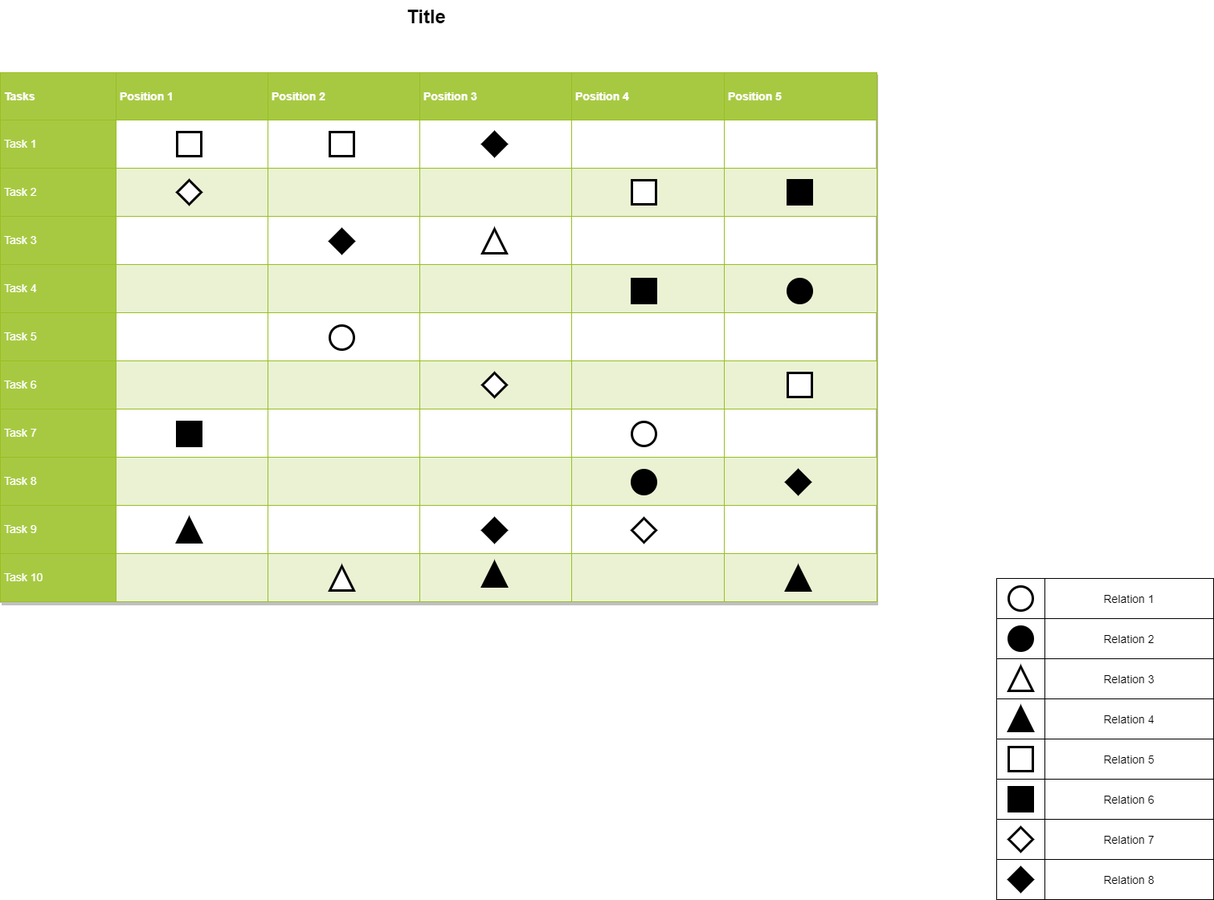
HyeminBaek/Software_engineering_HW keeps this draw.io diagram as Use Case.png. Above is the earlier version. Source tidied: cells renumbered, new cells last; positions are measured from the earlier drawing's top-left corner, leaving out a move shared by most shapes.
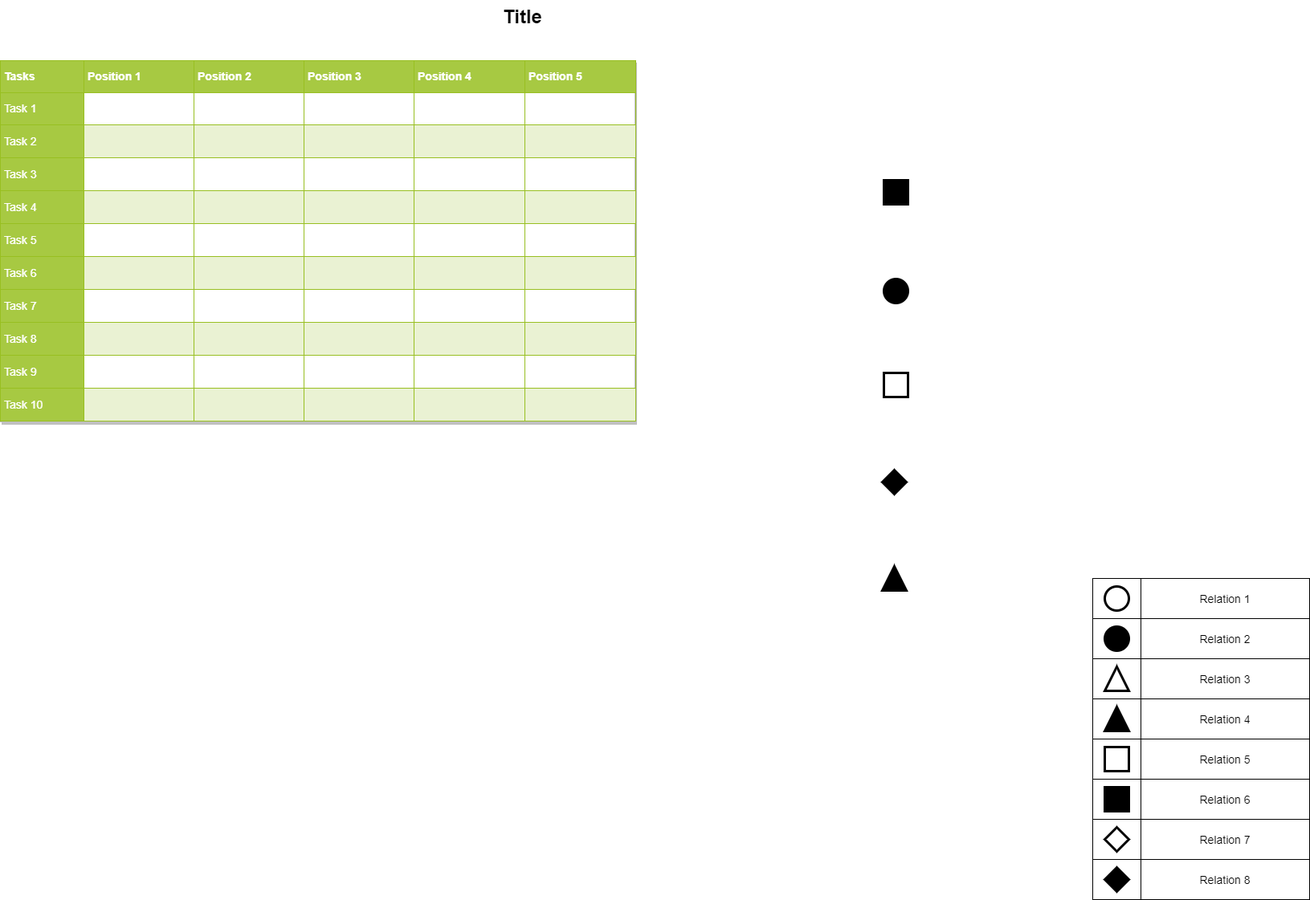
The same diagram one commit later.

Change to the diagram source:
```diff
@@ -54,7 +54,7 @@
       <mxGeometry x="1300" y="720" width="210" height="50" as="geometry" />
     </mxCell>
     <mxCell id="19" value="&lt;table border=&quot;1&quot; width=&quot;100%&quot; cellpadding=&quot;4&quot; style=&quot;width: 100% ; height: 100% ; border-collapse: collapse&quot;&gt;&lt;tbody&gt;&lt;tr style=&quot;background-color: #a7c942 ; color: #ffffff ; border: 1px solid #98bf21&quot;&gt;&lt;th&gt;Tasks&lt;/th&gt;&lt;th&gt;Position 1&lt;/th&gt;&lt;th&gt;Position 2&lt;/th&gt;&lt;th&gt;Position 3&lt;/th&gt;&lt;th&gt;Position 4&lt;/th&gt;&lt;th&gt;Position 5&lt;/th&gt;&lt;/tr&gt;&lt;tr style=&quot;border: 1px solid #98bf21&quot;&gt;&lt;td style=&quot;background-color: #a7c942 ; color: #ffffff ; border: 1px solid #98bf21&quot;&gt;Task 1&lt;/td&gt;&lt;td&gt;&lt;/td&gt;&lt;td&gt;&lt;/td&gt;&lt;td&gt;&lt;br&gt;&lt;/td&gt;&lt;td&gt;&lt;br&gt;&lt;/td&gt;&lt;td&gt;&lt;br&gt;&lt;/td&gt;&lt;/tr&gt;&lt;tr style=&quot;background-color: #eaf2d3 ; border: 1px solid #98bf21&quot;&gt;&lt;td style=&quot;background-color: #a7c942 ; color: #ffffff ; border: 1px solid #98bf21&quot;&gt;Task 2&lt;/td&gt;&lt;td&gt;&lt;/td&gt;&lt;td&gt;&lt;/td&gt;&lt;td&gt;&lt;br&gt;&lt;/td&gt;&lt;td&gt;&lt;br&gt;&lt;/td&gt;&lt;td&gt;&lt;br&gt;&lt;/td&gt;&lt;/tr&gt;&lt;tr style=&quot;border: 1px solid #98bf21&quot;&gt;&lt;td style=&quot;background-color: #a7c942 ; color: #ffffff ; border: 1px solid #98bf21&quot;&gt;Task 3&lt;/td&gt;&lt;td&gt;&lt;/td&gt;&lt;td&gt;&lt;/td&gt;&lt;td&gt;&lt;br&gt;&lt;/td&gt;&lt;td&gt;&lt;br&gt;&lt;/td&gt;&lt;td&gt;&lt;br&gt;&lt;/td&gt;&lt;/tr&gt;&lt;tr style=&quot;background-color: #eaf2d3 ; border: 1px solid #98bf21&quot;&gt;&lt;td style=&quot;background-color: #a7c942 ; color: #ffffff ; border: 1px solid #98bf21&quot;&gt;Task 4&lt;/td&gt;&lt;td&gt;&lt;/td&gt;&lt;td&gt;&lt;/td&gt;&lt;td&gt;&lt;br&gt;&lt;/td&gt;&lt;td&gt;&lt;br&gt;&lt;/td&gt;&lt;td&gt;&lt;br&gt;&lt;/td&gt;&lt;/tr&gt;&lt;tr style=&quot;border: 1px solid #98bf21&quot;&gt;&lt;td style=&quot;background-color: #a7c942 ; color: #ffffff ; border: 1px solid #98bf21&quot;&gt;Task 5&lt;br&gt;&lt;/td&gt;&lt;td&gt;&lt;br&gt;&lt;/td&gt;&lt;td&gt;&lt;br&gt;&lt;/td&gt;&lt;td&gt;&lt;br&gt;&lt;/td&gt;&lt;td&gt;&lt;br&gt;&lt;/td&gt;&lt;td&gt;&lt;br&gt;&lt;/td&gt;&lt;/tr&gt;&lt;tr style=&quot;background-color: #eaf2d3 ; border: 1px solid #98bf21&quot;&gt;&lt;td style=&quot;background-color: #a7c942 ; color: #ffffff ; border: 1px solid #98bf21&quot;&gt;Task 6&lt;br&gt;&lt;/td&gt;&lt;td&gt;&lt;br&gt;&lt;/td&gt;&lt;td&gt;&lt;br&gt;&lt;/td&gt;&lt;td&gt;&lt;br&gt;&lt;/td&gt;&lt;td&gt;&lt;br&gt;&lt;/td&gt;&lt;td&gt;&lt;br&gt;&lt;/td&gt;&lt;/tr&gt;&lt;tr style=&quot;border: 1px solid #98bf21&quot;&gt;&lt;td style=&quot;background-color: #a7c942 ; color: #ffffff ; border: 1px solid #98bf21&quot;&gt;Task 7&lt;br&gt;&lt;/td&gt;&lt;td&gt;&lt;br&gt;&lt;/td&gt;&lt;td&gt;&lt;br&gt;&lt;/td&gt;&lt;td&gt;&lt;br&gt;&lt;/td&gt;&lt;td&gt;&lt;br&gt;&lt;/td&gt;&lt;td&gt;&lt;br&gt;&lt;/td&gt;&lt;/tr&gt;&lt;tr style=&quot;background-color: #eaf2d3 ; border: 1px solid #98bf21&quot;&gt;&lt;td style=&quot;background-color: #a7c942 ; color: #ffffff ; border: 1px solid #98bf21&quot;&gt;Task 8&lt;br&gt;&lt;/td&gt;&lt;td&gt;&lt;br&gt;&lt;/td&gt;&lt;td&gt;&lt;br&gt;&lt;/td&gt;&lt;td&gt;&lt;br&gt;&lt;/td&gt;&lt;td&gt;&lt;br&gt;&lt;/td&gt;&lt;td&gt;&lt;br&gt;&lt;/td&gt;&lt;/tr&gt;&lt;tr style=&quot;border: 1px solid #98bf21&quot;&gt;&lt;td style=&quot;background-color: #a7c942 ; color: #ffffff ; border: 1px solid #98bf21&quot;&gt;Task 9&lt;br&gt;&lt;/td&gt;&lt;td&gt;&lt;br&gt;&lt;/td&gt;&lt;td&gt;&lt;br&gt;&lt;/td&gt;&lt;td&gt;&lt;br&gt;&lt;/td&gt;&lt;td&gt;&lt;br&gt;&lt;/td&gt;&lt;td&gt;&lt;br&gt;&lt;/td&gt;&lt;/tr&gt;&lt;tr style=&quot;background-color: #eaf2d3 ; border: 1px solid #98bf21&quot;&gt;&lt;td style=&quot;background-color: #a7c942 ; color: #ffffff ; border: 1px solid #98bf21&quot;&gt;Task 10&lt;br&gt;&lt;/td&gt;&lt;td&gt;&lt;br&gt;&lt;/td&gt;&lt;td&gt;&lt;br&gt;&lt;/td&gt;&lt;td&gt;&lt;br&gt;&lt;/td&gt;&lt;td&gt;&lt;br&gt;&lt;/td&gt;&lt;td&gt;&lt;br&gt;&lt;/td&gt;&lt;/tr&gt;&lt;/tbody&gt;&lt;/table&gt;" style="text;html=1;strokeColor=#c0c0c0;fillColor=#ffffff;overflow=fill;rounded=0;shadow=1;fontSize=14;fontColor=#000000;" parent="1" vertex="1">
-      <mxGeometry y="90" width="1090" height="660" as="geometry" />
+      <mxGeometry x="-120" y="75" width="790" height="450" as="geometry" />
     </mxCell>
     <mxCell id="20" value="Title" style="text;strokeColor=none;fillColor=none;html=1;fontSize=24;fontStyle=1;verticalAlign=middle;align=center;rounded=0;shadow=1;" parent="1" vertex="1">
       <mxGeometry x="140" width="780" height="40" as="geometry" />
@@ -80,74 +80,20 @@
     <mxCell id="27" style="rhombus;whiteSpace=wrap;html=1;rounded=0;shadow=0;strokeWidth=3;fontSize=14;" parent="1" vertex="1">
       <mxGeometry x="1255" y="1030" width="30" height="30" as="geometry" />
     </mxCell>
-    <mxCell id="28" style="ellipse;whiteSpace=wrap;html=1;rounded=0;shadow=0;strokeWidth=3;fontSize=14;" parent="1" vertex="1">
-      <mxGeometry x="786" y="525" width="30" height="30" as="geometry" />
-    </mxCell>
-    <mxCell id="29" style="ellipse;whiteSpace=wrap;html=1;rounded=0;shadow=0;strokeWidth=3;fontSize=14;" parent="1" vertex="1">
-      <mxGeometry x="410" y="405" width="30" height="30" as="geometry" />
-    </mxCell>
     <mxCell id="30" style="ellipse;whiteSpace=wrap;html=1;rounded=0;shadow=0;strokeWidth=3;fontSize=14;fillColor=#000000;" parent="1" vertex="1">
       <mxGeometry x="980" y="347" width="30" height="30" as="geometry" />
     </mxCell>
-    <mxCell id="31" style="ellipse;whiteSpace=wrap;html=1;rounded=0;shadow=0;strokeWidth=3;fontSize=14;fillColor=#000000;" parent="1" vertex="1">
-      <mxGeometry x="786" y="585" width="30" height="30" as="geometry" />
-    </mxCell>
-    <mxCell id="32" style="triangle;whiteSpace=wrap;html=1;rounded=0;shadow=0;strokeWidth=3;fontSize=14;direction=north;" parent="1" vertex="1">
-      <mxGeometry x="410" y="705" width="30" height="30" as="geometry" />
-    </mxCell>
-    <mxCell id="33" style="triangle;whiteSpace=wrap;html=1;rounded=0;shadow=0;strokeWidth=3;fontSize=14;direction=north;" parent="1" vertex="1">
-      <mxGeometry x="600" y="285" width="30" height="30" as="geometry" />
-    </mxCell>
     <mxCell id="34" style="triangle;whiteSpace=wrap;html=1;rounded=0;shadow=0;strokeWidth=3;fillColor=#000000;fontSize=14;direction=north;" parent="1" vertex="1">
       <mxGeometry x="978" y="705" width="30" height="30" as="geometry" />
     </mxCell>
-    <mxCell id="35" style="triangle;whiteSpace=wrap;html=1;rounded=0;shadow=0;strokeWidth=3;fillColor=#000000;fontSize=14;direction=north;" parent="1" vertex="1">
-      <mxGeometry x="600" y="700" width="30" height="30" as="geometry" />
-    </mxCell>
-    <mxCell id="36" style="triangle;whiteSpace=wrap;html=1;rounded=0;shadow=0;strokeWidth=3;fillColor=#000000;fontSize=14;direction=north;" parent="1" vertex="1">
-      <mxGeometry x="220" y="645" width="30" height="30" as="geometry" />
-    </mxCell>
-    <mxCell id="37" style="whiteSpace=wrap;html=1;rounded=0;shadow=0;strokeWidth=3;fontSize=14;" parent="1" vertex="1">
-      <mxGeometry x="220" y="164" width="30" height="30" as="geometry" />
-    </mxCell>
-    <mxCell id="38" style="whiteSpace=wrap;html=1;rounded=0;shadow=0;strokeWidth=3;fontSize=14;" parent="1" vertex="1">
-      <mxGeometry x="410" y="164" width="30" height="30" as="geometry" />
-    </mxCell>
-    <mxCell id="39" style="whiteSpace=wrap;html=1;rounded=0;shadow=0;strokeWidth=3;fontSize=14;" parent="1" vertex="1">
-      <mxGeometry x="786" y="224" width="30" height="30" as="geometry" />
-    </mxCell>
     <mxCell id="40" style="whiteSpace=wrap;html=1;rounded=0;shadow=0;strokeWidth=3;fillColor=#ffffff;fontSize=14;" parent="1" vertex="1">
       <mxGeometry x="980" y="464" width="30" height="30" as="geometry" />
     </mxCell>
-    <mxCell id="41" style="whiteSpace=wrap;html=1;rounded=0;shadow=0;strokeWidth=3;fillColor=#000000;fontSize=14;" parent="1" vertex="1">
-      <mxGeometry x="220" y="525" width="30" height="30" as="geometry" />
-    </mxCell>
-    <mxCell id="42" style="whiteSpace=wrap;html=1;rounded=0;shadow=0;strokeWidth=3;fillColor=#000000;fontSize=14;" parent="1" vertex="1">
-      <mxGeometry x="786" y="347" width="30" height="30" as="geometry" />
-    </mxCell>
     <mxCell id="43" style="whiteSpace=wrap;html=1;rounded=0;shadow=0;strokeWidth=3;fillColor=#000000;fontSize=14;" parent="1" vertex="1">
       <mxGeometry x="980" y="224" width="30" height="30" as="geometry" />
     </mxCell>
-    <mxCell id="44" style="rhombus;whiteSpace=wrap;html=1;rounded=0;shadow=0;strokeWidth=3;fontSize=14;" parent="1" vertex="1">
-      <mxGeometry x="600" y="464" width="30" height="30" as="geometry" />
-    </mxCell>
-    <mxCell id="45" style="rhombus;whiteSpace=wrap;html=1;rounded=0;shadow=0;strokeWidth=3;fontSize=14;" parent="1" vertex="1">
-      <mxGeometry x="220" y="224" width="30" height="30" as="geometry" />
-    </mxCell>
-    <mxCell id="46" style="rhombus;whiteSpace=wrap;html=1;rounded=0;shadow=0;strokeWidth=3;fontSize=14;" parent="1" vertex="1">
-      <mxGeometry x="786" y="645" width="30" height="30" as="geometry" />
-    </mxCell>
     <mxCell id="47" style="rhombus;whiteSpace=wrap;html=1;rounded=0;shadow=0;strokeWidth=3;fillColor=#000000;fontSize=14;" parent="1" vertex="1">
       <mxGeometry x="978" y="585" width="30" height="30" as="geometry" />
     </mxCell>
-    <mxCell id="48" style="rhombus;whiteSpace=wrap;html=1;rounded=0;shadow=0;strokeWidth=3;fillColor=#000000;fontSize=14;" parent="1" vertex="1">
-      <mxGeometry x="410" y="285" width="30" height="30" as="geometry" />
-    </mxCell>
-    <mxCell id="49" style="rhombus;whiteSpace=wrap;html=1;rounded=0;shadow=0;strokeWidth=3;fillColor=#000000;fontSize=14;" parent="1" vertex="1">
-      <mxGeometry x="600" y="164" width="30" height="30" as="geometry" />
-    </mxCell>
-    <mxCell id="50" style="rhombus;whiteSpace=wrap;html=1;rounded=0;shadow=0;strokeWidth=3;fillColor=#000000;fontSize=14;" parent="1" vertex="1">
-      <mxGeometry x="600" y="645" width="30" height="30" as="geometry" />
-    </mxCell>
   </root>
 </mxGraphModel>
```
